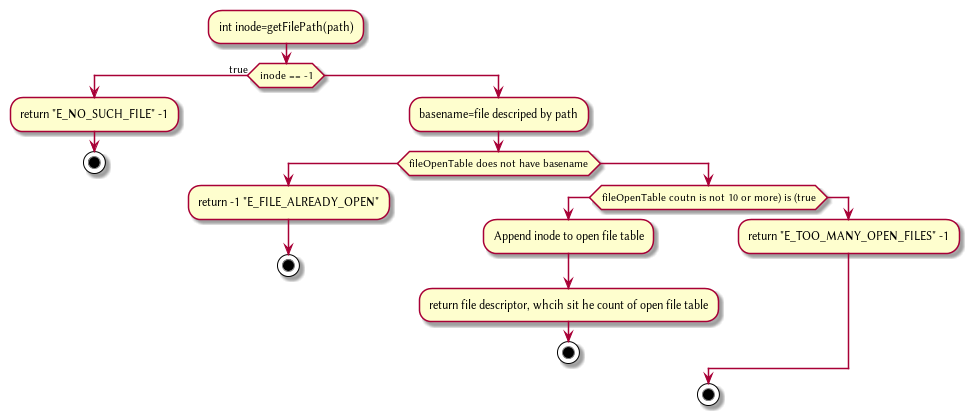
HawaiinPizza/CIS-450-final-project keeps this PlantUML diagram as Plant/FileOpen.png. Above is the earlier version.
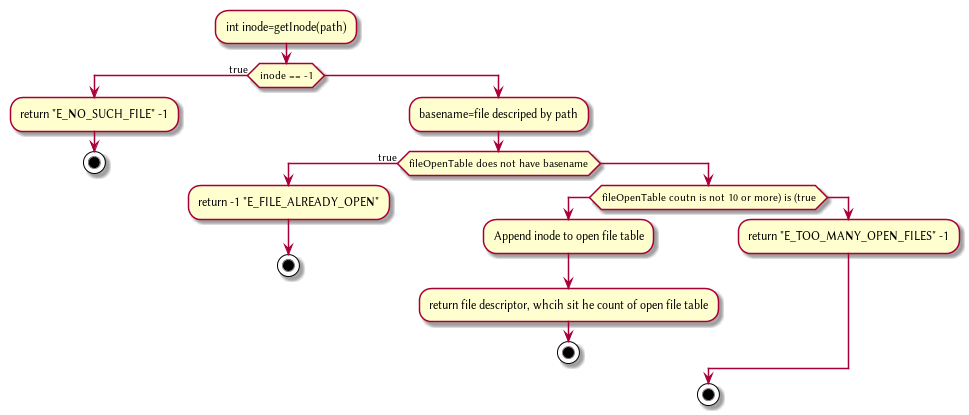
After the change.

Diff of the diagram source:
```diff
@@ -1,12 +1,12 @@
 @startuml
-:int inode=getFilePath(path);
+:int inode=getInode(path);
 if(inode == -1) then (true)
     :return "E_NO_SUCH_FILE" -1;
     stop
 else
     :basename=file descriped by path;
 
-	if(fileOpenTable does not have basename)
+	if(fileOpenTable does not have basename) then (true)
 	    :return -1 "E_FILE_ALREADY_OPEN";
 	    stop
 	else
```
